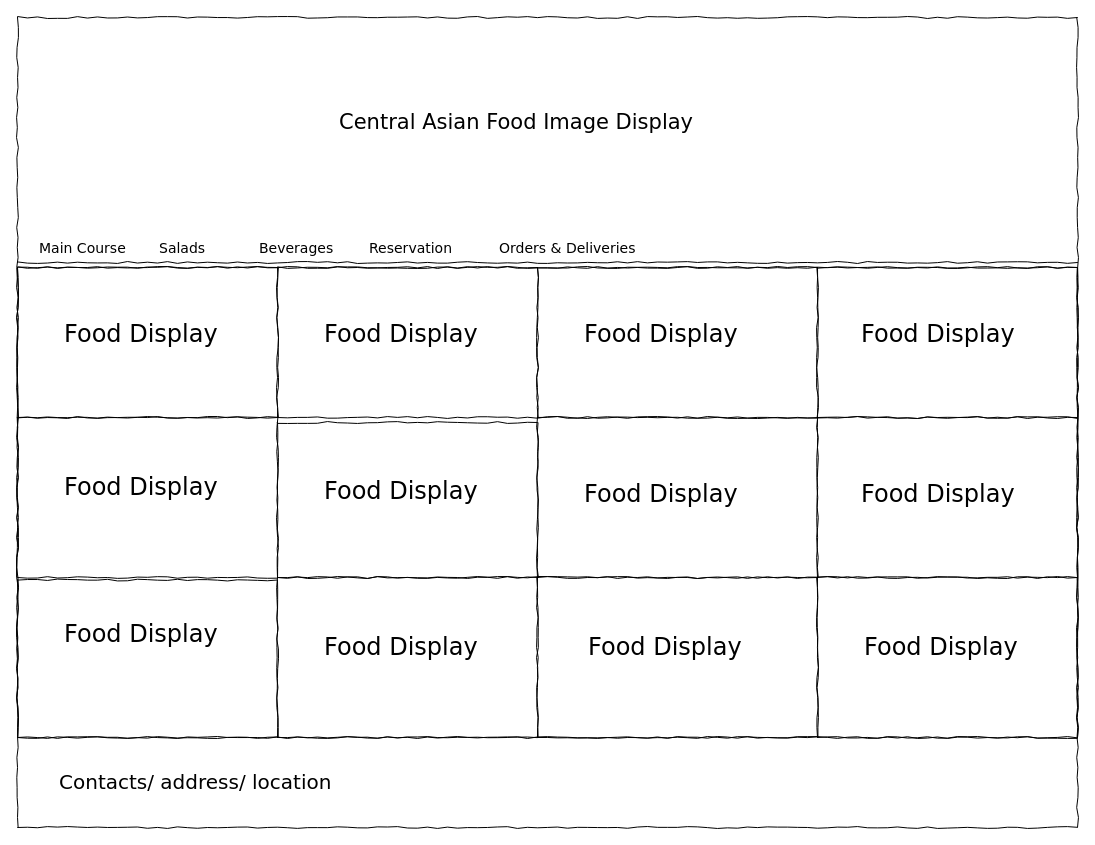
The draw.io diagram page "Main Course" (2 of 6) of Untitled Diagram.drawio in Z82-10-20/Assignment, before the edit. Source tidied: cells renumbered, new cells numbered last; positions are measured from the earlier drawing's top-left corner, leaving out a move shared by most shapes. Both pictures are drawn from the tidied source at 100%, with x=0, y=0 at pixel (17, 17).
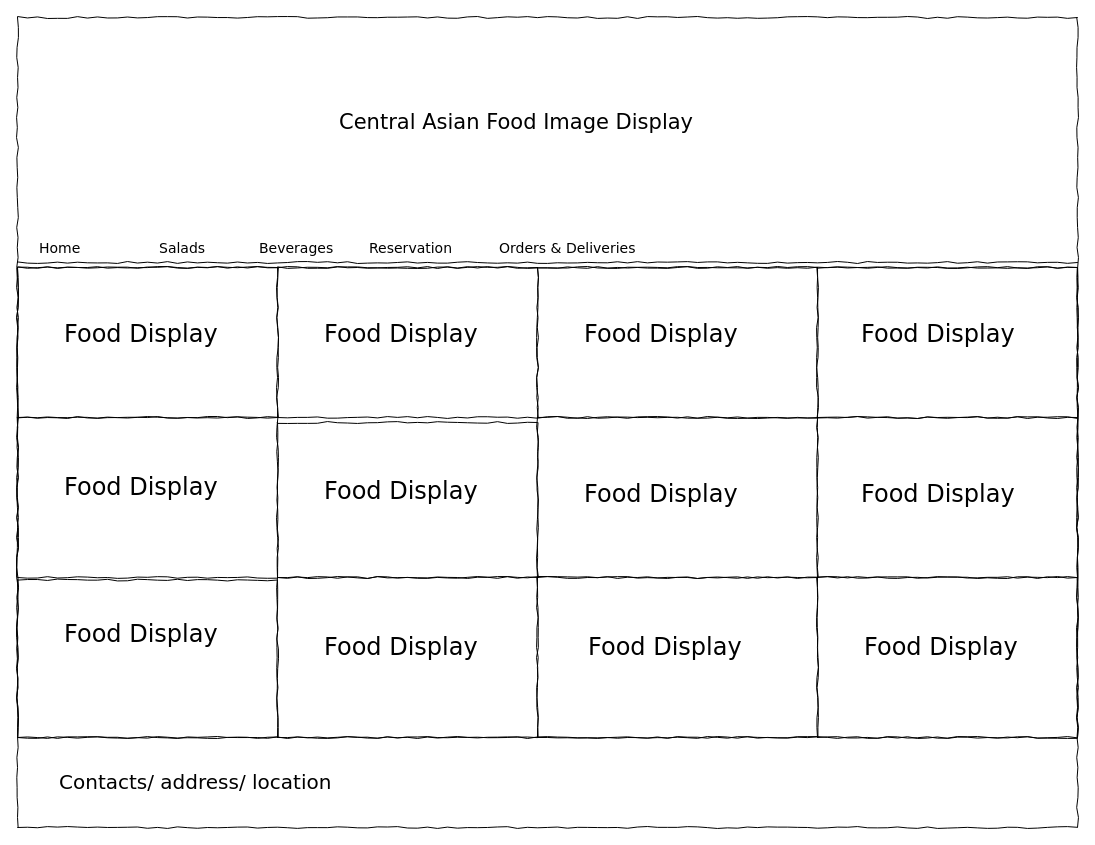
Above is the later version.

What changed in the source:
```diff
@@
-    <mxCell id="5" value="Main Course" style="text;html=1;align=left;verticalAlign=top;spacingTop=-4;fontSize=14;fontFamily=Verdana;" parent="1" vertex="1">
+    <mxCell id="5" value="Home" style="text;html=1;align=left;verticalAlign=top;spacingTop=-4;fontSize=14;fontFamily=Verdana;" parent="1" vertex="1">
       <mxGeometry x="20" y="220" width="170" height="20" as="geometry" />
     </mxCell>
```
